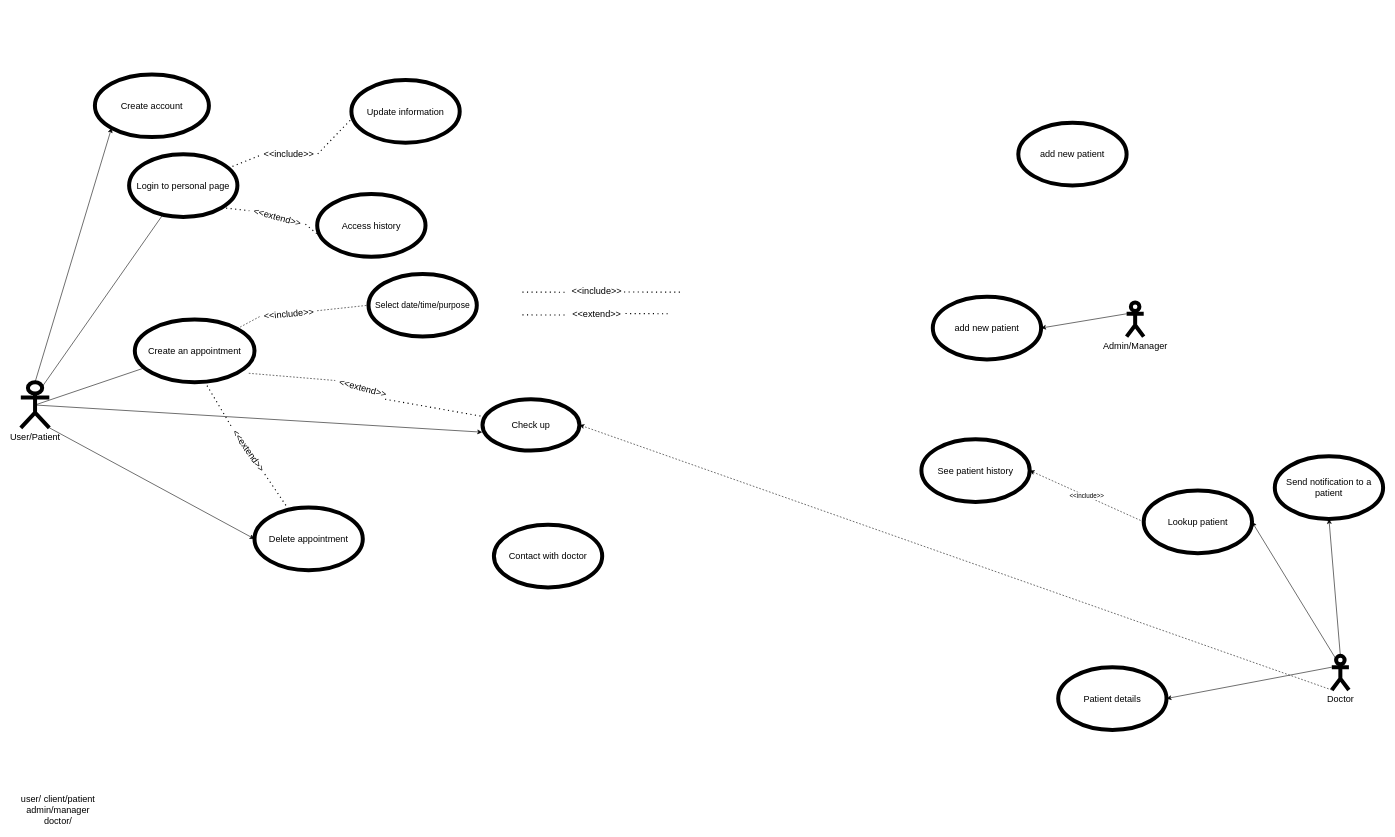
The draw.io diagram diagrams/useCases/patient.drawio in Sadko-o/DenSys, before the edit. Source tidied: cells renumbered, new cells numbered last; positions are measured from the earlier drawing's top-left corner, leaving out a move shared by most shapes. Both pictures are drawn from the tidied source at 57%, with x=0, y=0 at pixel (15, 74).
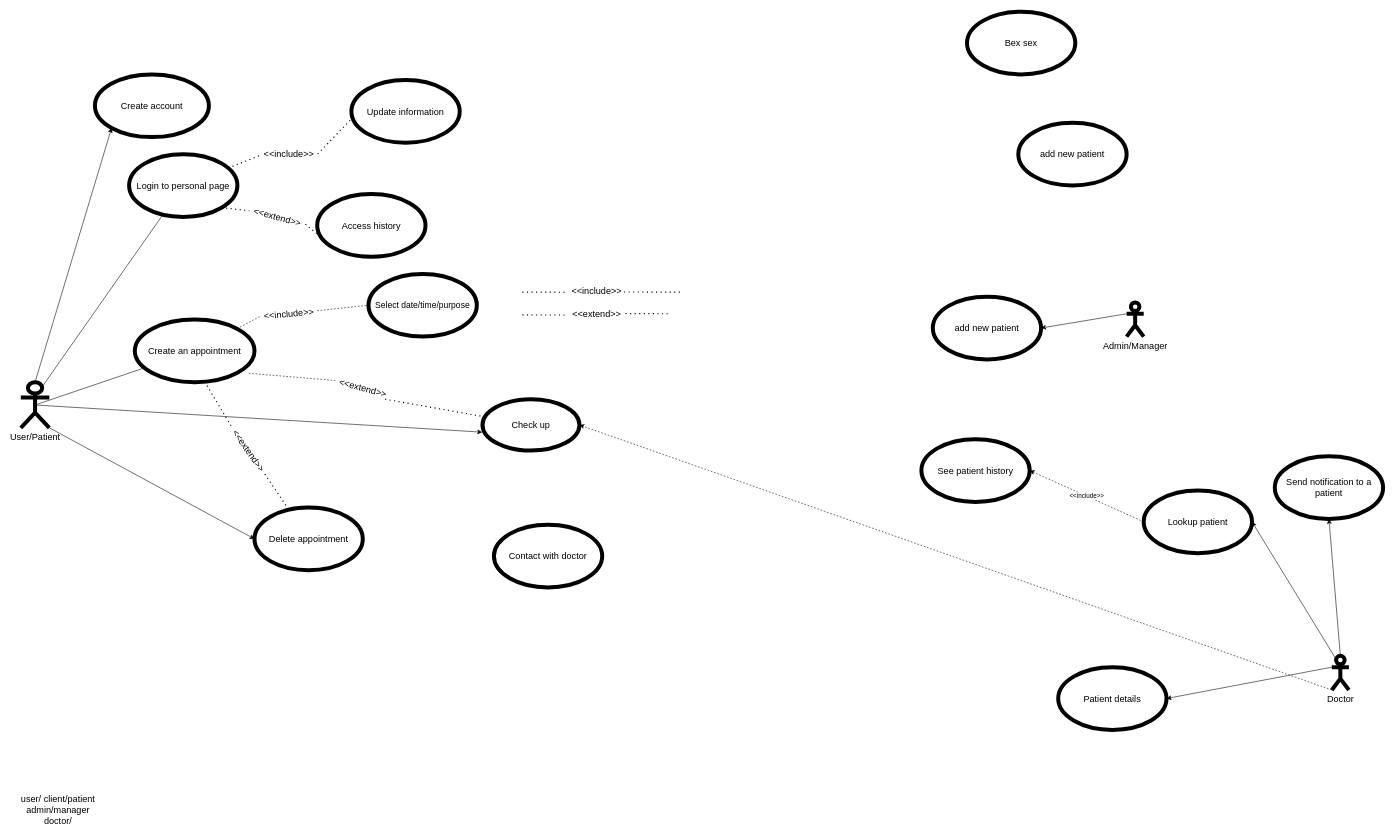
The same page after the edit.

Change to the diagram source:
```diff
@@
+    <mxCell id="53" value="&lt;span style=&quot;font-size: 16px&quot;&gt;Bex sex&lt;br&gt;&lt;/span&gt;" style="ellipse;whiteSpace=wrap;html=1;fontSize=15;strokeWidth=7;" parent="1" vertex="1">
+      <mxGeometry x="1670" y="-110" width="190" height="110" as="geometry" />
+    </mxCell>
```
